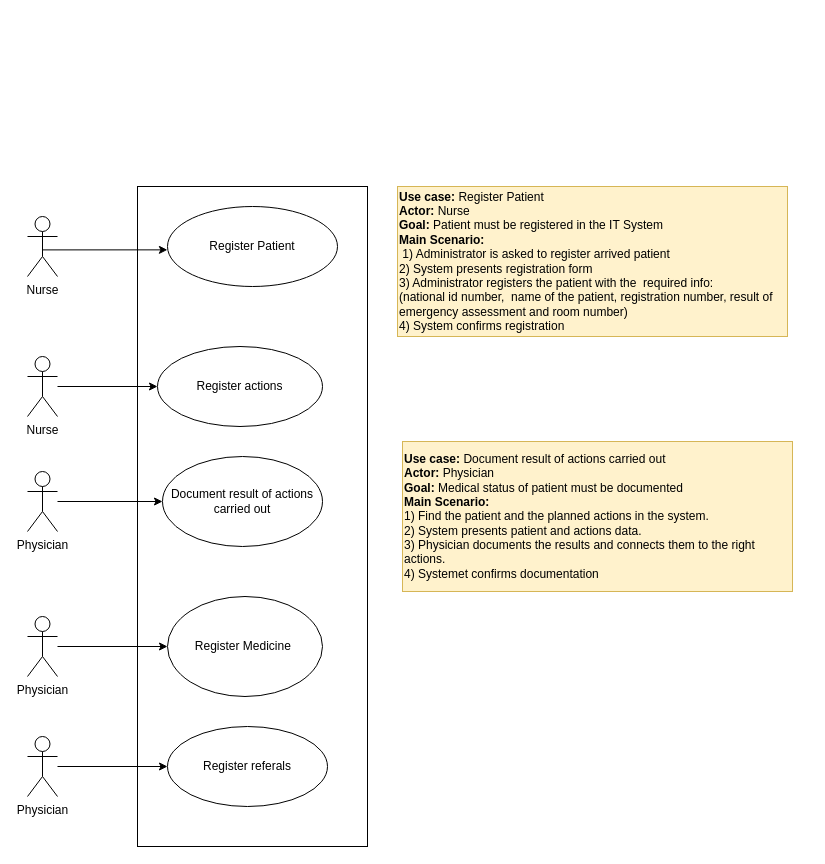
Before: m-t-4.drawio in kestersimm/drawio, a draw.io diagram. Source tidied: cells renumbered, new cells numbered last; positions are measured from the earlier drawing's top-left corner, leaving out a move shared by most shapes. Both pictures are drawn from the tidied source at 100%, with x=0, y=0 at pixel (27, 186).
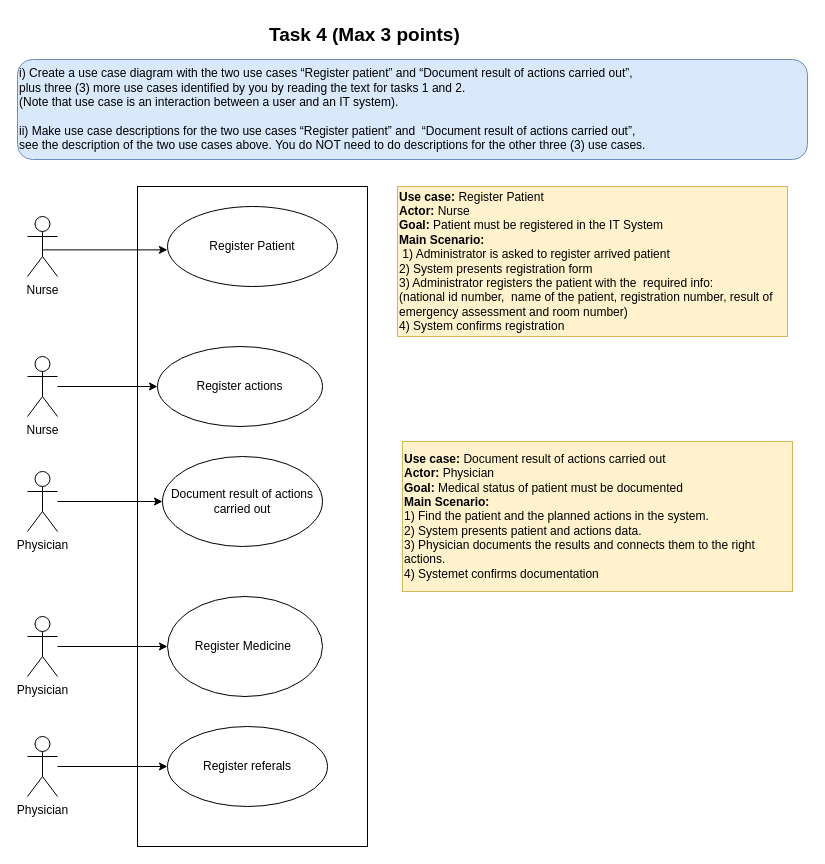
After the change.

Change to the diagram source:
```diff
@@
+    <mxCell id="20" value="&lt;font style=&quot;font-size: 19px&quot;&gt;&lt;b&gt;Task 4 (Max 3 points)&lt;/b&gt;&lt;/font&gt;" style="text;html=1;" parent="1" vertex="1">
+      <mxGeometry x="240" y="-169" width="140" height="30" as="geometry" />
+    </mxCell>
+    <mxCell id="21" value="i) Create a use case diagram with the two use cases “Register patient” and “Document result of actions carried out”,&amp;nbsp;&lt;br&gt;plus three (3) more use cases identified by you by reading the text for tasks 1 and 2.&amp;nbsp;&lt;br&gt;(Note that use case is an interaction between a user and an IT system).&lt;br&gt;&lt;br&gt;&lt;div&gt;ii) Make use case descriptions for the two use cases “Register patient” and&amp;nbsp;&amp;nbsp;&lt;span&gt;“Document result of actions carried out”,&amp;nbsp;&lt;/span&gt;&lt;/div&gt;&lt;div&gt;see the description of the two use cases above.&amp;nbsp;&lt;span&gt;You do NOT need to do descriptions&amp;nbsp;&lt;/span&gt;&lt;span&gt;for the other three (3) use cases.&lt;/span&gt;&lt;/div&gt;" style="rounded=1;whiteSpace=wrap;html=1;align=left;fillColor=#dae8fc;strokeColor=#6c8ebf;" parent="1" vertex="1">
+      <mxGeometry x="-10" y="-127" width="790" height="100" as="geometry" />
+    </mxCell>
```
